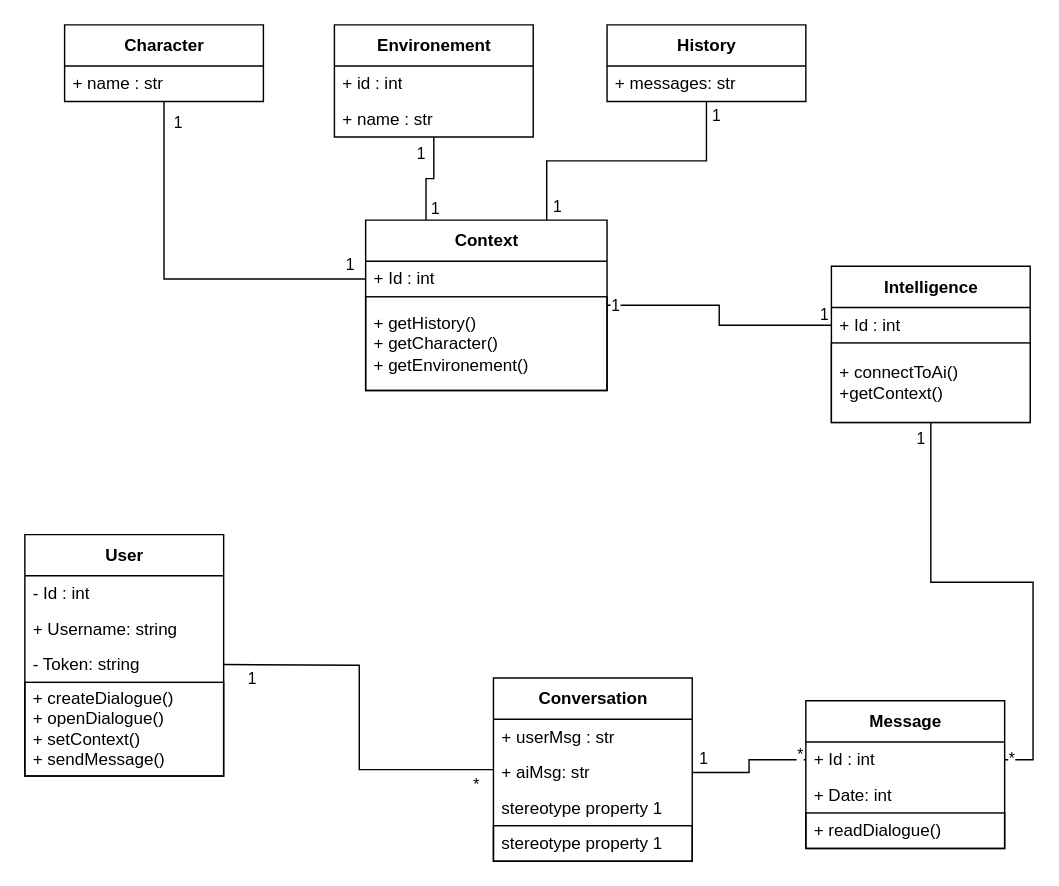
Earlier version of the draw.io diagram page "Class" (2 of 6) of UseCase.drawio (TheoPasquier/Ai-Personnality-chatting). Source tidied: cells renumbered, new cells numbered last; positions are measured from the earlier drawing's top-left corner, leaving out a move shared by most shapes. Both pictures are drawn from the tidied source at 142%, with x=0, y=0 at pixel (24, 24).
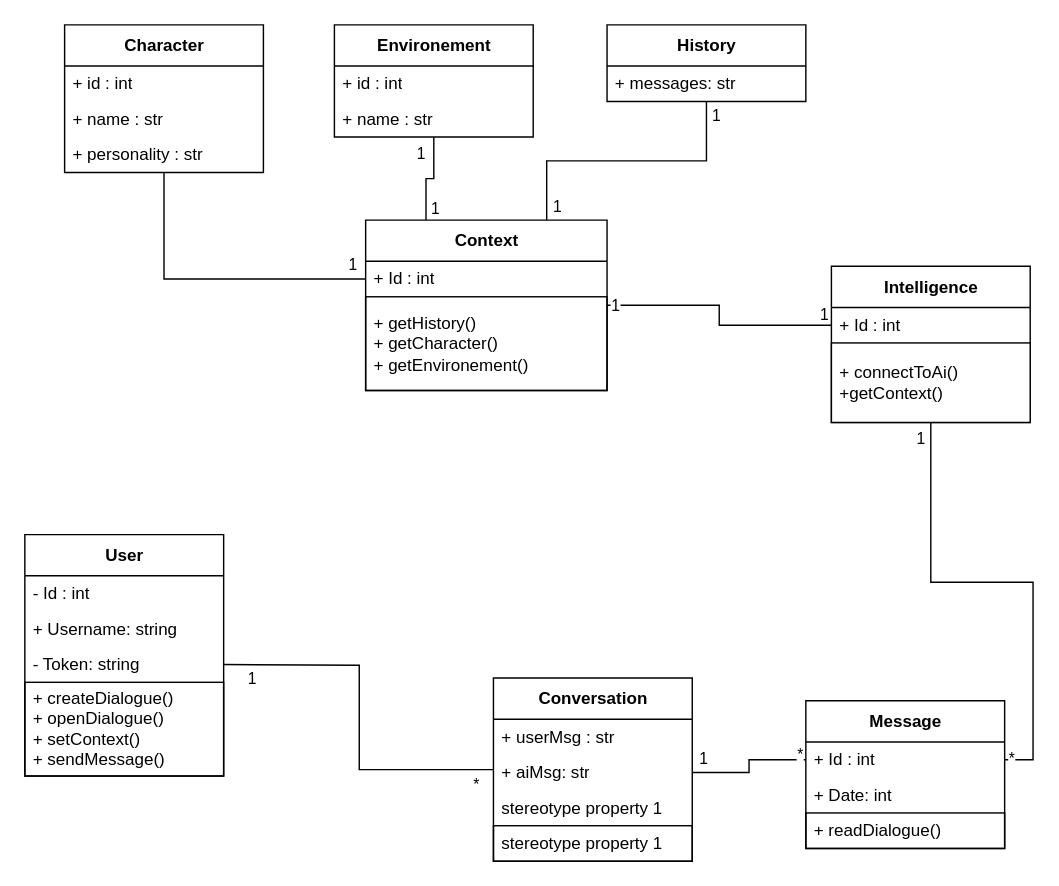
After the change.

The edit, as a diff of the source:
```diff
@@
     <mxCell id="15" value="Character" style="swimlane;fontStyle=1;align=center;verticalAlign=middle;horizontal=1;startSize=29;html=1;" parent="1" vertex="1">
-      <mxGeometry x="28" width="140" height="54" as="geometry" />
+      <mxGeometry x="28" width="140" height="104" as="geometry" />
     </mxCell>
-    <mxCell id="16" value="+ name : str" style="text;html=1;strokeColor=none;fillColor=none;align=left;verticalAlign=middle;spacingLeft=4;spacingRight=4;overflow=hidden;" parent="15" vertex="1">
+    <mxCell id="16" value="+ id : int" style="text;html=1;strokeColor=none;fillColor=none;align=left;verticalAlign=middle;spacingLeft=4;spacingRight=4;overflow=hidden;" parent="15" vertex="1">
       <mxGeometry y="29" width="140" height="25" as="geometry" />
     </mxCell>
+    <mxCell id="50" value="+ name : str" style="text;html=1;strokeColor=none;fillColor=none;align=left;verticalAlign=middle;spacingLeft=4;spacingRight=4;overflow=hidden;" parent="15" vertex="1">
+      <mxGeometry y="54" width="140" height="25" as="geometry" />
+    </mxCell>
+    <mxCell id="51" value="+ personality : str" style="text;html=1;strokeColor=none;fillColor=none;align=left;verticalAlign=middle;spacingLeft=4;spacingRight=4;overflow=hidden;" parent="15" vertex="1">
+      <mxGeometry y="79" width="140" height="25" as="geometry" />
+    </mxCell>
@@
-    <mxCell id="48" value="1" style="edgeLabel;html=1;align=center;verticalAlign=middle;" parent="1" vertex="1">
-      <mxGeometry x="107.4" y="68" as="geometry" />
-    </mxCell>
```
